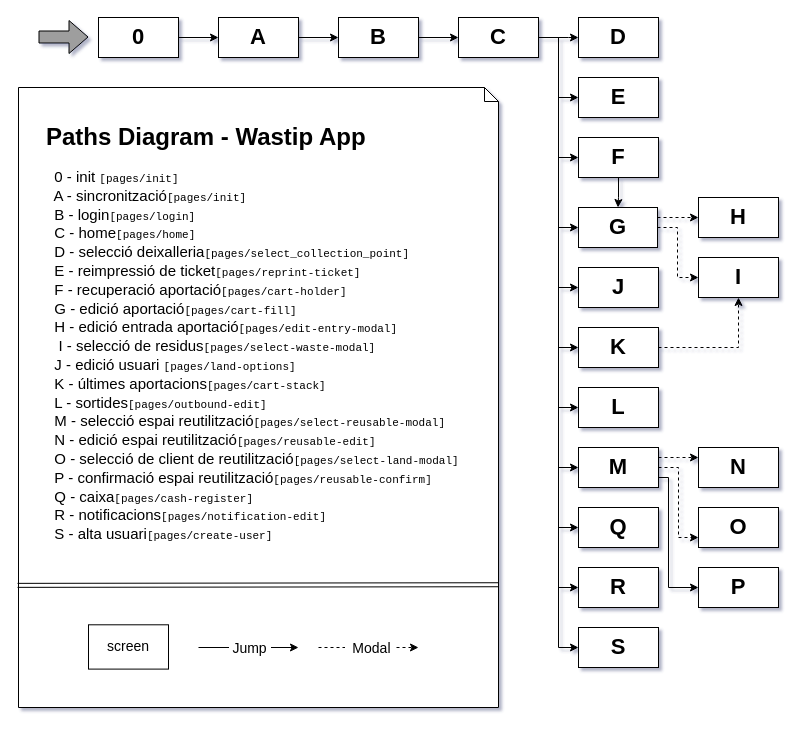
The draw.io diagram Wastip-App_core&paths.drawio in drubio-moba/diagramas, before the edit. Source tidied: cells renumbered, new cells numbered last; positions are measured from the earlier drawing's top-left corner, leaving out a move shared by most shapes. Both pictures are drawn from the tidied source at 100%, with x=0, y=0 at pixel (18, 17).
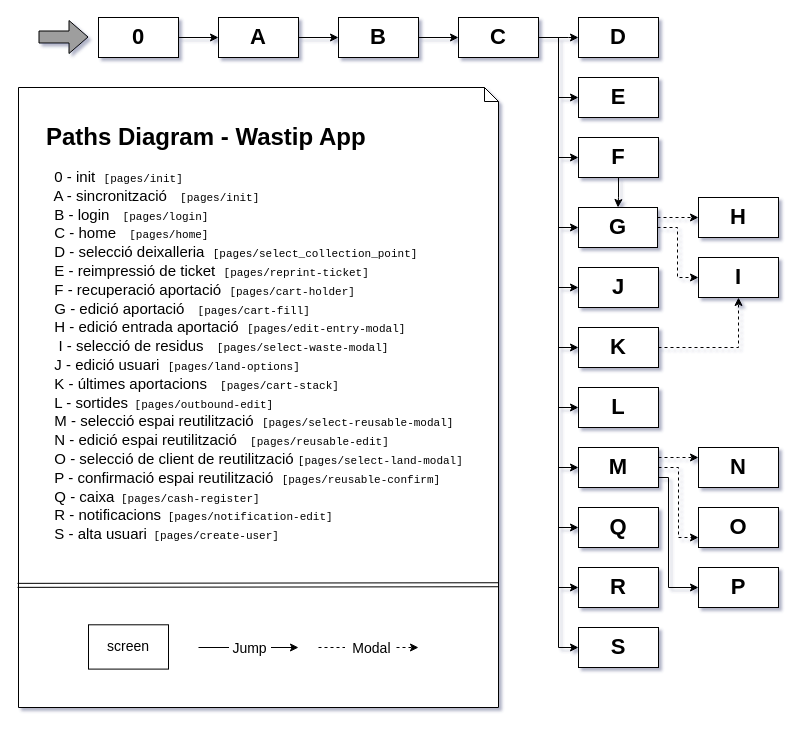
The same diagram, later.

The change refers to these unchanged cells:
```xml
<mxCell id="34" style="shape=note;whiteSpace=wrap;html=1;size=14;verticalAlign=top;align=left;spacingTop=-6;rounded=0;shadow=0;glass=1;sketch=0;" parent="1" vertex="1">
  <mxGeometry y="70" width="480" height="620" as="geometry" />
</mxCell>
```

Diff of the diagram source:
```diff
@@
-    <mxCell id="35" value="&lt;h1&gt;Paths Diagram - Wastip App&lt;br&gt;&lt;/h1&gt;&lt;p style=&quot;font-size: 15px&quot;&gt;&lt;font style=&quot;font-size: 15px&quot;&gt;&amp;nbsp; 0 - init &lt;font style=&quot;font-size: 14px&quot; face=&quot;Courier New&quot;&gt;&lt;font style=&quot;font-size: 11px&quot;&gt;[pages/init]&lt;/font&gt;&lt;/font&gt;&lt;br&gt;&lt;/font&gt;&lt;font style=&quot;font-size: 15px&quot;&gt;&amp;nbsp; A - sincronització&lt;/font&gt;&lt;font style=&quot;font-size: 15px&quot;&gt;&lt;font style=&quot;font-size: 15px&quot;&gt;&lt;font style=&quot;font-size: 14px&quot; face=&quot;Courier New&quot;&gt;&lt;font style=&quot;font-size: 11px&quot;&gt;[pages/init]&lt;/font&gt;&lt;/font&gt;&lt;/font&gt;&amp;nbsp; &lt;br&gt;&lt;/font&gt;&lt;font style=&quot;font-size: 15px&quot;&gt;&amp;nbsp; B - login&lt;/font&gt;&lt;font style=&quot;font-size: 15px&quot;&gt;&lt;font style=&quot;font-size: 15px&quot;&gt;&lt;font style=&quot;font-size: 14px&quot; face=&quot;Courier New&quot;&gt;&lt;font style=&quot;font-size: 11px&quot;&gt;[pages/login]&lt;/font&gt;&lt;/font&gt;&lt;/font&gt;&amp;nbsp; &lt;br&gt;&lt;/font&gt;&lt;font style=&quot;font-size: 15px&quot;&gt;&amp;nbsp; C - home&lt;/font&gt;&lt;font style=&quot;font-size: 15px&quot;&gt;&lt;font style=&quot;font-size: 15px&quot;&gt;&lt;font style=&quot;font-size: 14px&quot; face=&quot;Courier New&quot;&gt;&lt;font style=&quot;font-size: 11px&quot;&gt;[pages/home]&lt;/font&gt;&lt;/font&gt;&lt;/font&gt;&amp;nbsp; &lt;br&gt;&lt;/font&gt;&lt;font style=&quot;font-size: 15px&quot;&gt;&amp;nbsp; D - selecció deixalleria&lt;/font&gt;&lt;font style=&quot;font-size: 15px&quot;&gt;&lt;font style=&quot;font-size: 15px&quot;&gt;&lt;font style=&quot;font-size: 14px&quot; face=&quot;Courier New&quot;&gt;&lt;font style=&quot;font-size: 11px&quot;&gt;[pages/select_collection_point]&lt;/font&gt;&lt;/font&gt;&lt;/font&gt;&amp;nbsp; &lt;br&gt;&lt;/font&gt;&lt;font style=&quot;font-size: 15px&quot;&gt;&amp;nbsp; E - reimpressió de ticket&lt;/font&gt;&lt;font style=&quot;font-size: 15px&quot;&gt;&lt;font style=&quot;font-size: 15px&quot;&gt;&lt;font style=&quot;font-size: 14px&quot; face=&quot;Courier New&quot;&gt;&lt;font style=&quot;font-size: 11px&quot;&gt;[pages/reprint-ticket]&lt;/font&gt;&lt;/font&gt;&lt;/font&gt;&amp;nbsp; &lt;br&gt;&lt;/font&gt;&lt;font style=&quot;font-size: 15px&quot;&gt;&amp;nbsp; F - recuperació aportació&lt;/font&gt;&lt;font style=&quot;font-size: 15px&quot;&gt;&lt;font style=&quot;font-size: 15px&quot;&gt;&lt;font style=&quot;font-size: 14px&quot; face=&quot;Courier New&quot;&gt;&lt;font style=&quot;font-size: 11px&quot;&gt;[pages/cart-holder]&lt;/font&gt;&lt;/font&gt;&lt;/font&gt;&amp;nbsp; &lt;br&gt;&lt;/font&gt;&lt;font style=&quot;font-size: 15px&quot;&gt;&amp;nbsp; G - edició &lt;/font&gt;&lt;font style=&quot;font-size: 15px&quot;&gt;&lt;font style=&quot;font-size: 15px&quot;&gt;aportació&lt;/font&gt;&lt;/font&gt;&lt;font style=&quot;font-size: 15px&quot;&gt;&lt;font style=&quot;font-size: 15px&quot;&gt;&lt;font style=&quot;font-size: 14px&quot; face=&quot;Courier New&quot;&gt;&lt;font style=&quot;font-size: 11px&quot;&gt;[pages/cart-fill]&lt;/font&gt;&lt;/font&gt;&lt;/font&gt;&amp;nbsp; &lt;br&gt;&lt;/font&gt;&lt;font style=&quot;font-size: 15px&quot;&gt;&lt;font style=&quot;font-size: 15px&quot;&gt;&lt;font style=&quot;font-size: 15px&quot;&gt;&lt;font style=&quot;font-size: 15px&quot;&gt;&amp;nbsp; H - edició entrada aportació&lt;/font&gt;&lt;font style=&quot;font-size: 15px&quot;&gt;&lt;font style=&quot;font-size: 15px&quot;&gt;&lt;font style=&quot;font-size: 14px&quot; face=&quot;Courier New&quot;&gt;&lt;font style=&quot;font-size: 11px&quot;&gt;[pages/edit-entry-modal]&lt;/font&gt;&lt;/font&gt;&lt;/font&gt;&amp;nbsp; &lt;br&gt;&lt;/font&gt;&lt;/font&gt;&amp;nbsp;&amp;nbsp; I - selecció de residus&lt;/font&gt;&lt;font style=&quot;font-size: 15px&quot;&gt;&lt;font style=&quot;font-size: 15px&quot;&gt;&lt;font style=&quot;font-size: 14px&quot; face=&quot;Courier New&quot;&gt;&lt;font style=&quot;font-size: 11px&quot;&gt;[pages/select-waste-modal]&lt;/font&gt;&lt;/font&gt;&lt;/font&gt;&amp;nbsp; &lt;br&gt;&lt;/font&gt;&amp;nbsp; J - edició &lt;/font&gt;&lt;font style=&quot;font-size: 15px&quot;&gt;&lt;font style=&quot;font-size: 15px&quot;&gt;usuari&lt;/font&gt; &lt;/font&gt;&lt;font style=&quot;font-size: 15px&quot;&gt;&lt;font style=&quot;font-size: 15px&quot;&gt;&lt;font style=&quot;font-size: 14px&quot; face=&quot;Courier New&quot;&gt;&lt;font style=&quot;font-size: 11px&quot;&gt;[pages/land-options]&lt;/font&gt;&lt;/font&gt;&lt;/font&gt;&amp;nbsp; &lt;br&gt;&lt;/font&gt;&lt;font style=&quot;font-size: 15px&quot;&gt;&amp;nbsp; K - últimes aportacions&lt;/font&gt;&lt;font style=&quot;font-size: 15px&quot;&gt;&lt;font style=&quot;font-size: 15px&quot;&gt;&lt;font style=&quot;font-size: 14px&quot; face=&quot;Courier New&quot;&gt;&lt;font style=&quot;font-size: 11px&quot;&gt;[pages/cart-stack]&lt;/font&gt;&lt;/font&gt;&lt;/font&gt;&amp;nbsp; &lt;br&gt;&lt;/font&gt;&lt;font style=&quot;font-size: 15px&quot;&gt;&amp;nbsp; L - sortides&lt;/font&gt;&lt;font style=&quot;font-size: 15px&quot;&gt;&lt;font style=&quot;font-size: 15px&quot;&gt;&lt;font style=&quot;font-size: 14px&quot; face=&quot;Courier New&quot;&gt;&lt;font style=&quot;font-size: 11px&quot;&gt;[pages/outbound-edit]&lt;/font&gt;&lt;/font&gt;&lt;/font&gt;&amp;nbsp; &lt;br&gt;&lt;/font&gt;&lt;font style=&quot;font-size: 15px&quot;&gt;&amp;nbsp; M - selecció espai reutilització&lt;/font&gt;&lt;font style=&quot;font-size: 15px&quot;&gt;&lt;font style=&quot;font-size: 15px&quot;&gt;&lt;font style=&quot;font-size: 14px&quot; face=&quot;Courier New&quot;&gt;&lt;font style=&quot;font-size: 11px&quot;&gt;[pages/select-reusable-modal]&lt;/font&gt;&lt;/font&gt;&lt;/font&gt;&amp;nbsp; &lt;br&gt;&lt;/font&gt;&lt;font style=&quot;font-size: 15px&quot;&gt;&amp;nbsp; N - edició espai reutilització&lt;/font&gt;&lt;font style=&quot;font-size: 15px&quot;&gt;&lt;font style=&quot;font-size: 15px&quot;&gt;&lt;font style=&quot;font-size: 14px&quot; face=&quot;Courier New&quot;&gt;&lt;font style=&quot;font-size: 11px&quot;&gt;[pages/reusable-edit]&lt;/font&gt;&lt;/font&gt;&lt;/font&gt;&amp;nbsp; &lt;br&gt;&lt;/font&gt;&lt;font style=&quot;font-size: 15px&quot;&gt;&amp;nbsp; O - selecció de client de reutilització&lt;/font&gt;&lt;font style=&quot;font-size: 15px&quot;&gt;&lt;font style=&quot;font-size: 15px&quot;&gt;&lt;font style=&quot;font-size: 14px&quot; face=&quot;Courier New&quot;&gt;&lt;font style=&quot;font-size: 11px&quot;&gt;[pages/select-land-modal]&lt;/font&gt;&lt;/font&gt;&lt;/font&gt;&amp;nbsp; &lt;br&gt;&lt;/font&gt;&lt;font style=&quot;font-size: 15px&quot;&gt;&lt;font style=&quot;font-size: 15px&quot;&gt;&amp;nbsp; P - confirmació espai reutilització&lt;/font&gt;&lt;font style=&quot;font-size: 15px&quot;&gt;&lt;font style=&quot;font-size: 15px&quot;&gt;&lt;font style=&quot;font-size: 14px&quot; face=&quot;Courier New&quot;&gt;&lt;font style=&quot;font-size: 11px&quot;&gt;[pages/reusable-confirm]&lt;/font&gt;&lt;/font&gt;&lt;/font&gt;&amp;nbsp; &lt;br&gt;&lt;/font&gt;&amp;nbsp; Q - caixa&lt;/font&gt;&lt;font style=&quot;font-size: 15px&quot;&gt;&lt;font style=&quot;font-size: 15px&quot;&gt;&lt;font style=&quot;font-size: 14px&quot; face=&quot;Courier New&quot;&gt;&lt;font style=&quot;font-size: 11px&quot;&gt;[pages/cash-register]&lt;/font&gt;&lt;/font&gt;&lt;/font&gt;&amp;nbsp; &lt;br&gt;&lt;/font&gt;&lt;font style=&quot;font-size: 15px&quot;&gt;&amp;nbsp; R - notificacions&lt;/font&gt;&lt;font style=&quot;font-size: 15px&quot;&gt;&lt;font style=&quot;font-size: 15px&quot;&gt;&lt;font style=&quot;font-size: 14px&quot; face=&quot;Courier New&quot;&gt;&lt;font style=&quot;font-size: 11px&quot;&gt;[pages/notification-edit]&lt;/font&gt;&lt;/font&gt;&lt;/font&gt;&amp;nbsp; &lt;br&gt;&lt;/font&gt;&lt;font style=&quot;font-size: 15px&quot;&gt;&amp;nbsp; S - alta usuari&lt;/font&gt;&lt;font style=&quot;font-size: 15px&quot;&gt;&lt;font style=&quot;font-size: 15px&quot;&gt;&lt;font style=&quot;font-size: 14px&quot; face=&quot;Courier New&quot;&gt;&lt;font style=&quot;font-size: 11px&quot;&gt;[pages/create-user]&lt;/font&gt;&lt;/font&gt;&lt;/font&gt;&amp;nbsp; &lt;br&gt;&lt;/font&gt;&lt;font style=&quot;font-size: 15px&quot;&gt;&amp;nbsp; &lt;/font&gt;&lt;/p&gt;" style="text;html=1;strokeColor=none;fillColor=none;spacing=5;spacingTop=-20;whiteSpace=wrap;overflow=hidden;rounded=0;shadow=0;sketch=0;glass=1;" parent="34" vertex="1">
+    <mxCell id="35" value="&lt;h1&gt;Paths Diagram - Wastip App&lt;br&gt;&lt;/h1&gt;&lt;p style=&quot;font-size: 15px&quot;&gt;&lt;font style=&quot;font-size: 15px&quot;&gt;&amp;nbsp; 0 - init&amp;nbsp; &lt;font style=&quot;font-size: 14px&quot; face=&quot;Courier New&quot;&gt;&lt;font style=&quot;font-size: 11px&quot;&gt;[pages/init]&lt;/font&gt;&lt;/font&gt;&lt;br&gt;&lt;/font&gt;&lt;font style=&quot;font-size: 15px&quot;&gt;&amp;nbsp; A - sincronització&lt;/font&gt;&lt;font style=&quot;font-size: 15px&quot;&gt;&lt;font style=&quot;font-size: 15px&quot;&gt;&lt;font style=&quot;font-size: 14px&quot; face=&quot;Courier New&quot;&gt;&lt;font style=&quot;font-size: 11px&quot;&gt;&amp;nbsp; [pages/init]&lt;/font&gt;&lt;/font&gt;&lt;/font&gt;&amp;nbsp; &lt;br&gt;&lt;/font&gt;&lt;font style=&quot;font-size: 15px&quot;&gt;&amp;nbsp; B - login&lt;/font&gt;&lt;font style=&quot;font-size: 15px&quot;&gt;&lt;font style=&quot;font-size: 15px&quot;&gt;&lt;font style=&quot;font-size: 14px&quot; face=&quot;Courier New&quot;&gt;&lt;font style=&quot;font-size: 11px&quot;&gt;&amp;nbsp; [pages/login]&lt;/font&gt;&lt;/font&gt;&lt;/font&gt;&amp;nbsp; &lt;br&gt;&lt;/font&gt;&lt;font style=&quot;font-size: 15px&quot;&gt;&amp;nbsp; C - home&lt;/font&gt;&lt;font style=&quot;font-size: 15px&quot;&gt;&lt;font style=&quot;font-size: 15px&quot;&gt;&lt;font style=&quot;font-size: 14px&quot; face=&quot;Courier New&quot;&gt;&lt;font style=&quot;font-size: 11px&quot;&gt;&amp;nbsp; [pages/home]&lt;/font&gt;&lt;/font&gt;&lt;/font&gt;&amp;nbsp; &lt;br&gt;&lt;/font&gt;&lt;font style=&quot;font-size: 15px&quot;&gt;&amp;nbsp; D - selecció deixalleria&amp;nbsp; &lt;/font&gt;&lt;font style=&quot;font-size: 15px&quot;&gt;&lt;font style=&quot;font-size: 15px&quot;&gt;&lt;font style=&quot;font-size: 14px&quot; face=&quot;Courier New&quot;&gt;&lt;font style=&quot;font-size: 11px&quot;&gt;[pages/select_collection_point]&lt;/font&gt;&lt;/font&gt;&lt;/font&gt;&amp;nbsp; &lt;br&gt;&lt;/font&gt;&lt;font style=&quot;font-size: 15px&quot;&gt;&amp;nbsp; E - reimpressió de ticket&amp;nbsp; &lt;/font&gt;&lt;font style=&quot;font-size: 15px&quot;&gt;&lt;font style=&quot;font-size: 15px&quot;&gt;&lt;font style=&quot;font-size: 14px&quot; face=&quot;Courier New&quot;&gt;&lt;font style=&quot;font-size: 11px&quot;&gt;[pages/reprint-ticket]&lt;/font&gt;&lt;/font&gt;&lt;/font&gt;&amp;nbsp; &lt;br&gt;&lt;/font&gt;&lt;font style=&quot;font-size: 15px&quot;&gt;&amp;nbsp; F - recuperació aportació&amp;nbsp; &lt;/font&gt;&lt;font style=&quot;font-size: 15px&quot;&gt;&lt;font style=&quot;font-size: 15px&quot;&gt;&lt;font style=&quot;font-size: 14px&quot; face=&quot;Courier New&quot;&gt;&lt;font style=&quot;font-size: 11px&quot;&gt;[pages/cart-holder]&lt;/font&gt;&lt;/font&gt;&lt;/font&gt;&amp;nbsp; &lt;br&gt;&lt;/font&gt;&lt;font style=&quot;font-size: 15px&quot;&gt;&amp;nbsp; G - edició &lt;/font&gt;&lt;font style=&quot;font-size: 15px&quot;&gt;&lt;font style=&quot;font-size: 15px&quot;&gt;aportació&lt;/font&gt;&lt;/font&gt;&lt;font style=&quot;font-size: 15px&quot;&gt;&lt;font style=&quot;font-size: 15px&quot;&gt;&lt;font style=&quot;font-size: 14px&quot; face=&quot;Courier New&quot;&gt;&lt;font style=&quot;font-size: 11px&quot;&gt;&amp;nbsp; [pages/cart-fill]&lt;/font&gt;&lt;/font&gt;&lt;/font&gt;&amp;nbsp; &lt;br&gt;&lt;/font&gt;&lt;font style=&quot;font-size: 15px&quot;&gt;&lt;font style=&quot;font-size: 15px&quot;&gt;&lt;font style=&quot;font-size: 15px&quot;&gt;&lt;font style=&quot;font-size: 15px&quot;&gt;&amp;nbsp; H - edició entrada aportació&amp;nbsp; &lt;/font&gt;&lt;font style=&quot;font-size: 15px&quot;&gt;&lt;font style=&quot;font-size: 15px&quot;&gt;&lt;font style=&quot;font-size: 14px&quot; face=&quot;Courier New&quot;&gt;&lt;font style=&quot;font-size: 11px&quot;&gt;[pages/edit-entry-modal]&lt;/font&gt;&lt;/font&gt;&lt;/font&gt;&amp;nbsp; &lt;br&gt;&lt;/font&gt;&lt;/font&gt;&amp;nbsp;&amp;nbsp; I - selecció de residus&lt;/font&gt;&lt;font style=&quot;font-size: 15px&quot;&gt;&lt;font style=&quot;font-size: 15px&quot;&gt;&lt;font style=&quot;font-size: 14px&quot; face=&quot;Courier New&quot;&gt;&lt;font style=&quot;font-size: 11px&quot;&gt;&amp;nbsp; [pages/select-waste-modal]&lt;/font&gt;&lt;/font&gt;&lt;/font&gt;&amp;nbsp; &lt;br&gt;&lt;/font&gt;&amp;nbsp; J - edició &lt;/font&gt;&lt;font style=&quot;font-size: 15px&quot;&gt;&lt;font style=&quot;font-size: 15px&quot;&gt;usuari&lt;/font&gt;&amp;nbsp; &lt;/font&gt;&lt;font style=&quot;font-size: 15px&quot;&gt;&lt;font style=&quot;font-size: 15px&quot;&gt;&lt;font style=&quot;font-size: 14px&quot; face=&quot;Courier New&quot;&gt;&lt;font style=&quot;font-size: 11px&quot;&gt;[pages/land-options]&lt;/font&gt;&lt;/font&gt;&lt;/font&gt;&amp;nbsp; &lt;br&gt;&lt;/font&gt;&lt;font style=&quot;font-size: 15px&quot;&gt;&amp;nbsp; K - últimes aportacions&lt;/font&gt;&lt;font style=&quot;font-size: 15px&quot;&gt;&lt;font style=&quot;font-size: 15px&quot;&gt;&lt;font style=&quot;font-size: 14px&quot; face=&quot;Courier New&quot;&gt;&lt;font style=&quot;font-size: 11px&quot;&gt;&amp;nbsp; [pages/cart-stack]&lt;/font&gt;&lt;/font&gt;&lt;/font&gt;&amp;nbsp; &lt;br&gt;&lt;/font&gt;&lt;font style=&quot;font-size: 15px&quot;&gt;&amp;nbsp; L - sortides&lt;/font&gt;&lt;font style=&quot;font-size: 15px&quot;&gt;&lt;font style=&quot;font-size: 15px&quot;&gt;&lt;font style=&quot;font-size: 14px&quot; face=&quot;Courier New&quot;&gt;&lt;font style=&quot;font-size: 11px&quot;&gt; [pages/outbound-edit]&lt;/font&gt;&lt;/font&gt;&lt;/font&gt;&amp;nbsp; &lt;br&gt;&lt;/font&gt;&lt;font style=&quot;font-size: 15px&quot;&gt;&amp;nbsp; M - selecció espai reutilització&amp;nbsp; &lt;/font&gt;&lt;font style=&quot;font-size: 15px&quot;&gt;&lt;font style=&quot;font-size: 15px&quot;&gt;&lt;font style=&quot;font-size: 14px&quot; face=&quot;Courier New&quot;&gt;&lt;font style=&quot;font-size: 11px&quot;&gt;[pages/select-reusable-modal]&lt;/font&gt;&lt;/font&gt;&lt;/font&gt;&amp;nbsp; &lt;br&gt;&lt;/font&gt;&lt;font style=&quot;font-size: 15px&quot;&gt;&amp;nbsp; N - edició espai reutilització&lt;/font&gt;&lt;font style=&quot;font-size: 15px&quot;&gt;&lt;font style=&quot;font-size: 15px&quot;&gt;&lt;font style=&quot;font-size: 14px&quot; face=&quot;Courier New&quot;&gt;&lt;font style=&quot;font-size: 11px&quot;&gt;&amp;nbsp; [pages/reusable-edit]&lt;/font&gt;&lt;/font&gt;&lt;/font&gt;&amp;nbsp; &lt;br&gt;&lt;/font&gt;&lt;font style=&quot;font-size: 15px&quot;&gt;&amp;nbsp; O - selecció de client de reutilització &lt;/font&gt;&lt;font style=&quot;font-size: 15px&quot;&gt;&lt;font style=&quot;font-size: 15px&quot;&gt;&lt;font style=&quot;font-size: 14px&quot; face=&quot;Courier New&quot;&gt;&lt;font style=&quot;font-size: 11px&quot;&gt;[pages/select-land-modal]&lt;/font&gt;&lt;/font&gt;&lt;/font&gt;&amp;nbsp; &lt;br&gt;&lt;/font&gt;&lt;font style=&quot;font-size: 15px&quot;&gt;&lt;font style=&quot;font-size: 15px&quot;&gt;&amp;nbsp; P - confirmació espai reutilització&amp;nbsp; &lt;/font&gt;&lt;font style=&quot;font-size: 15px&quot;&gt;&lt;font style=&quot;font-size: 15px&quot;&gt;&lt;font style=&quot;font-size: 14px&quot; face=&quot;Courier New&quot;&gt;&lt;font style=&quot;font-size: 11px&quot;&gt;[pages/reusable-confirm]&lt;/font&gt;&lt;/font&gt;&lt;/font&gt;&amp;nbsp; &lt;br&gt;&lt;/font&gt;&amp;nbsp; Q - caixa&lt;/font&gt;&lt;font style=&quot;font-size: 15px&quot;&gt;&lt;font style=&quot;font-size: 15px&quot;&gt;&lt;font style=&quot;font-size: 14px&quot; face=&quot;Courier New&quot;&gt;&lt;font style=&quot;font-size: 11px&quot;&gt; [pages/cash-register]&lt;/font&gt;&lt;/font&gt;&lt;/font&gt;&amp;nbsp; &lt;br&gt;&lt;/font&gt;&lt;font style=&quot;font-size: 15px&quot;&gt;&amp;nbsp; R - notificacions&lt;/font&gt;&lt;font style=&quot;font-size: 15px&quot;&gt;&lt;font style=&quot;font-size: 15px&quot;&gt;&lt;font style=&quot;font-size: 14px&quot; face=&quot;Courier New&quot;&gt;&lt;font style=&quot;font-size: 11px&quot;&gt; [pages/notification-edit]&lt;/font&gt;&lt;/font&gt;&lt;/font&gt;&amp;nbsp; &lt;br&gt;&lt;/font&gt;&lt;font style=&quot;font-size: 15px&quot;&gt;&amp;nbsp; S - alta usuari&lt;/font&gt;&lt;font style=&quot;font-size: 15px&quot;&gt;&lt;font style=&quot;font-size: 15px&quot;&gt;&lt;font style=&quot;font-size: 14px&quot; face=&quot;Courier New&quot;&gt;&lt;font style=&quot;font-size: 11px&quot;&gt; [pages/create-user]&lt;/font&gt;&lt;/font&gt;&lt;/font&gt;&amp;nbsp; &lt;br&gt;&lt;/font&gt;&lt;font style=&quot;font-size: 15px&quot;&gt;&amp;nbsp; &lt;/font&gt;&lt;/p&gt;" style="text;html=1;strokeColor=none;fillColor=none;spacing=5;spacingTop=-20;whiteSpace=wrap;overflow=hidden;rounded=0;shadow=0;sketch=0;glass=1;" parent="34" vertex="1">
       <mxGeometry x="22.9" y="29.5" width="437.1" height="568.4" as="geometry" />
     </mxCell>
```
